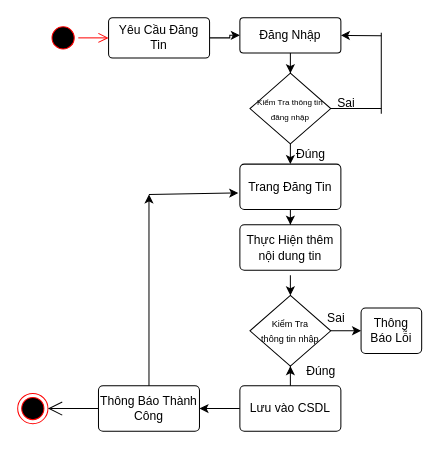
Earlier version of the draw.io diagram page "Đăng Tin" (3 of 14) of hoatdong.drawio (phamhieudev/BatDongSan). Source tidied: cells renumbered, new cells numbered last; positions are measured from the earlier drawing's top-left corner, leaving out a move shared by most shapes. Both pictures are drawn from the tidied source at 101%, with x=0, y=0 at pixel (17, 17).
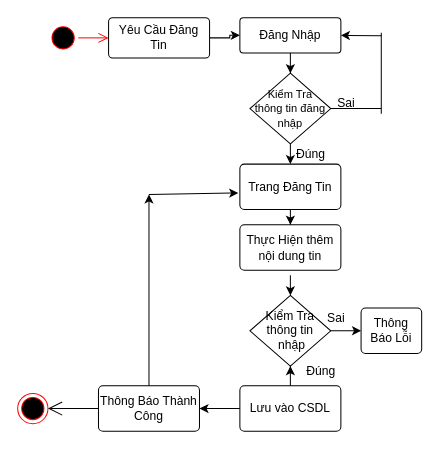
The same diagram, later.

The edit, as a diff of the source:
```diff
@@
-    <mxCell id="17" value="&lt;font style=&quot;font-size: 8px&quot;&gt;Kiểm Tra thông tin đăng nhập&lt;/font&gt;" style="rhombus;whiteSpace=wrap;html=1;" parent="1" vertex="1">
+    <mxCell id="17" value="&lt;font style=&quot;font-size: 11px&quot;&gt;Kiểm Tra &lt;br&gt;thông tin đăng nhập&lt;/font&gt;" style="rhombus;whiteSpace=wrap;html=1;" parent="1" vertex="1">
       <mxGeometry x="230" y="55" width="80" height="70" as="geometry" />
     </mxCell>
@@
-    <mxCell id="22" value="&lt;font style=&quot;font-size: 9px&quot;&gt;Kiểm Tra &lt;br&gt;thông tin nhập&lt;/font&gt;" style="rhombus;whiteSpace=wrap;html=1;" parent="1" vertex="1">
+    <mxCell id="22" value="&lt;font style=&quot;font-size: 12px&quot;&gt;Kiểm Tra &lt;br&gt;thông tin&lt;br&gt;&amp;nbsp;nhập&lt;/font&gt;" style="rhombus;whiteSpace=wrap;html=1;" parent="1" vertex="1">
       <mxGeometry x="230" y="275" width="80" height="70" as="geometry" />
     </mxCell>
```
